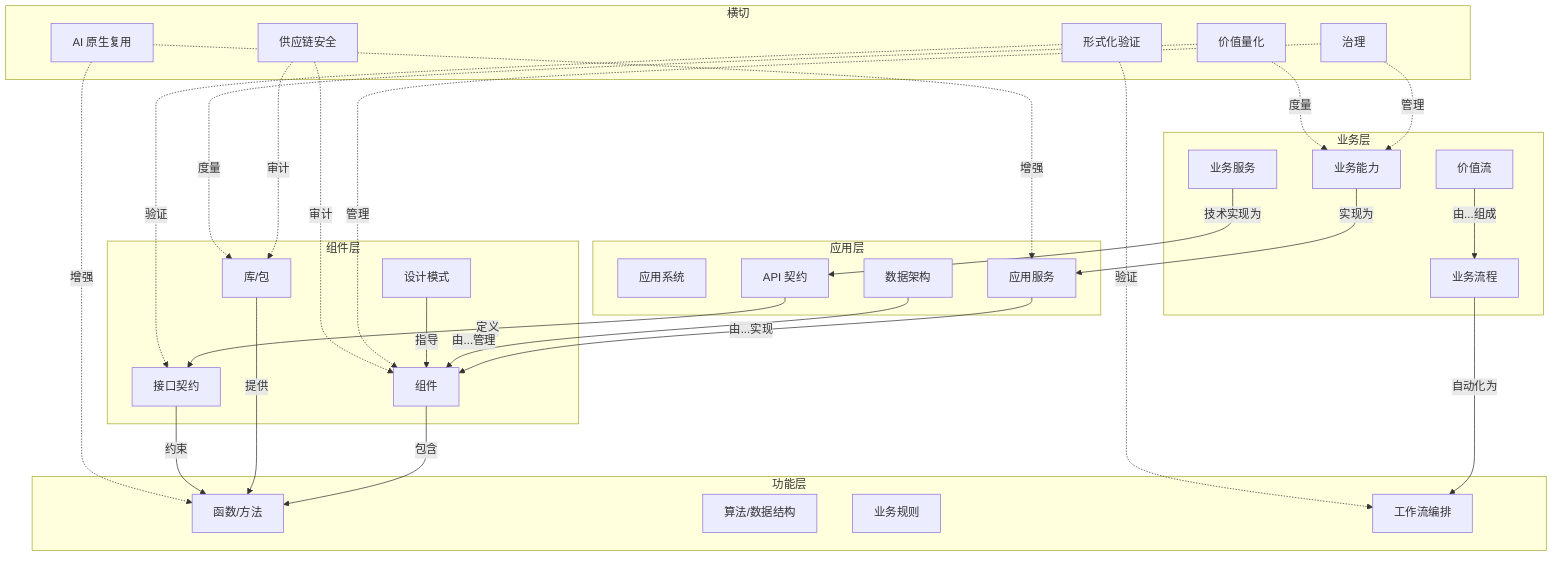
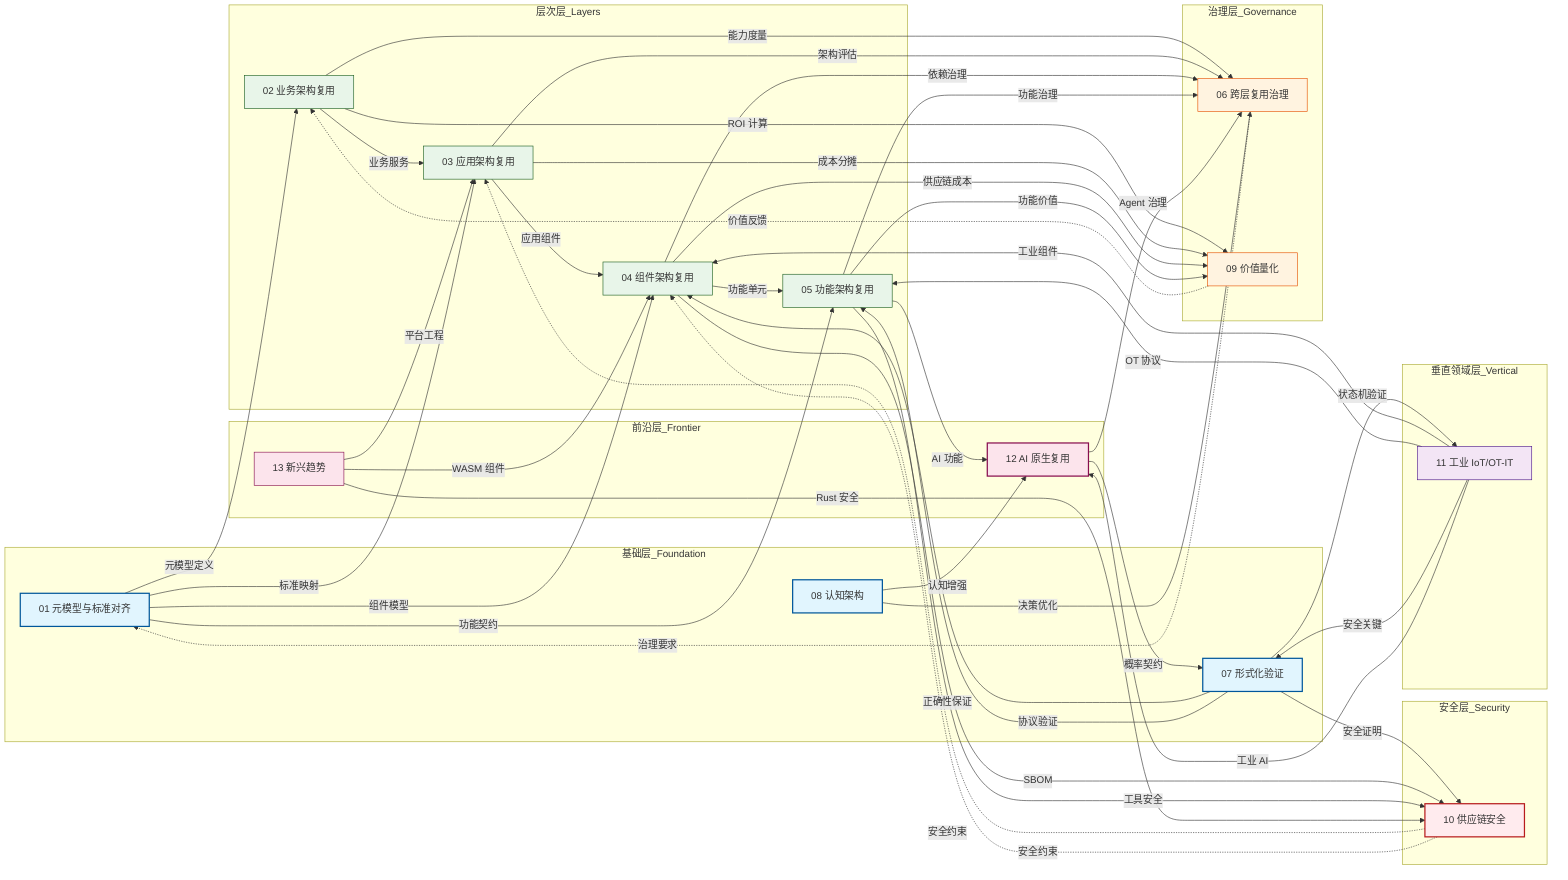
- graph TB
-     subgraph 业务层
-         BC[业务能力]
-         VS[价值流]
-         BP[业务流程]
-         BS[业务服务]
+ %% 软件工程架构复用视角：核心概念映射图
+ %% 版本: 2026-06-06
+ %% 工具: Mermaid (graph LR)
+ %% 说明: 本图展示 13 个一级主题之间的核心概念映射关系
+ 
+ graph LR
+     subgraph 基础层_Foundation
+         A[01 元模型与标准对齐]
+         G[07 形式化验证]
+         H[08 认知架构]
    end

-     subgraph 应用层
-         APP[应用系统]
-         SVC[应用服务]
-         API[API 契约]
-         DA[数据架构]
+     subgraph 层次层_Layers
+         B[02 业务架构复用]
+         C[03 应用架构复用]
+         D[04 组件架构复用]
+         E[05 功能架构复用]
    end

-     subgraph 组件层
-         COMP[组件]
-         LIB[库/包]
-         IF[接口契约]
-         DP[设计模式]
+     subgraph 治理层_Governance
+         F[06 跨层复用治理]
+         I[09 价值量化]
    end

-     subgraph 功能层
-         FUNC[函数/方法]
-         ALG[算法/数据结构]
-         BR[业务规则]
-         WF[工作流编排]
+     subgraph 安全层_Security
+         J[10 供应链安全]
    end

-     subgraph 横切
-         GV[治理]
-         FV[形式化验证]
-         SC[供应链安全]
-         VQ[价值量化]
-         AI[AI 原生复用]
+     subgraph 垂直领域层_Vertical
+         K[11 工业 IoT/OT-IT]
    end

-     BC -->|实现为| SVC
-     VS -->|由...组成| BP
-     BP -->|自动化为| WF
-     BS -->|技术实现为| API
+     subgraph 前沿层_Frontier
+         L[12 AI 原生复用]
+         M[13 新兴趋势]
+     end

-     SVC -->|由...实现| COMP
-     API -->|定义| IF
-     DA -->|由...管理| COMP
+     %% 基础层 → 层次层
+     A -->|元模型定义| B
+     A -->|标准映射| C
+     A -->|组件模型| D
+     A -->|功能契约| E

-     COMP -->|包含| FUNC
-     LIB -->|提供| FUNC
-     IF -->|约束| FUNC
-     DP -->|指导| COMP
+     G -->|正确性保证| D
+     G -->|协议验证| E
+     G -->|安全证明| J
+     G -->|状态机验证| K

-     GV -.->|管理| BC
-     GV -.->|管理| COMP
-     FV -.->|验证| IF
-     FV -.->|验证| WF
-     SC -.->|审计| LIB
-     SC -.->|审计| COMP
-     VQ -.->|度量| BC
-     VQ -.->|度量| LIB
-     AI -.->|增强| FUNC
-     AI -.->|增强| SVC
+     H -->|决策优化| F
+     H -->|认知增强| L
+ 
+     %% 层次层内部
+     B -->|业务服务| C
+     C -->|应用组件| D
+     D -->|功能单元| E
+     E -->|AI 功能| L
+ 
+     %% 层次层 → 治理层
+     B -->|能力度量| F
+     C -->|架构评估| F
+     D -->|依赖治理| F
+     E -->|功能治理| F
+ 
+     B -->|ROI 计算| I
+     C -->|成本分摊| I
+     D -->|供应链成本| I
+     E -->|功能价值| I
+ 
+     %% 层次层 → 安全层
+     D -->|SBOM| J
+     E -->|工具安全| J
+ 
+     %% 垂直领域
+     K -->|工业组件| D
+     K -->|OT 协议| E
+     K -->|安全关键| G
+     K -->|工业 AI| L
+ 
+     %% 前沿层
+     L -->|Agent 治理| F
+     L -->|概率契约| G
+     M -->|平台工程| C
+     M -->|WASM 组件| D
+     M -->|Rust 安全| J
+ 
+     %% 反馈回路
+     F -.->|治理要求| A
+     I -.->|价值反馈| B
+     J -.->|安全约束| C
+     J -.->|安全约束| D
+ 
+     %% 样式
+     style A fill:#e1f5fe,stroke:#01579b,stroke-width:2px
+     style G fill:#e1f5fe,stroke:#01579b,stroke-width:2px
+     style H fill:#e1f5fe,stroke:#01579b,stroke-width:2px
+     style B fill:#e8f5e9,stroke:#1b5e20,stroke-width:1px
+     style C fill:#e8f5e9,stroke:#1b5e20,stroke-width:1px
+     style D fill:#e8f5e9,stroke:#1b5e20,stroke-width:1px
+     style E fill:#e8f5e9,stroke:#1b5e20,stroke-width:1px
+     style F fill:#fff3e0,stroke:#e65100,stroke-width:1px
+     style I fill:#fff3e0,stroke:#e65100,stroke-width:1px
+     style J fill:#ffebee,stroke:#b71c1c,stroke-width:2px
+     style K fill:#f3e5f5,stroke:#4a148c,stroke-width:1px
+     style L fill:#fce4ec,stroke:#880e4f,stroke-width:2px
+     style M fill:#fce4ec,stroke:#880e4f,stroke-width:1px
